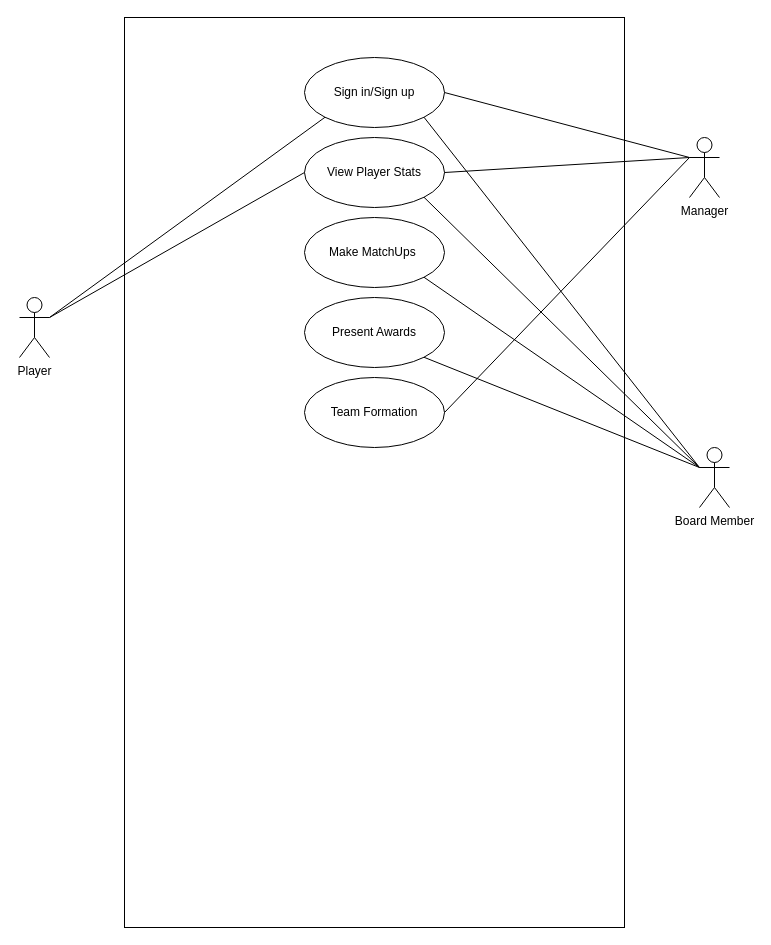
The draw.io diagram Use case for fottyfield.drawio in OmkarGambhir/FootyField, before the edit. Source tidied: cells renumbered, new cells numbered last; positions are measured from the earlier drawing's top-left corner, leaving out a move shared by most shapes. Both pictures are drawn from the tidied source at 100%, with x=0, y=0 at pixel (19, 17).
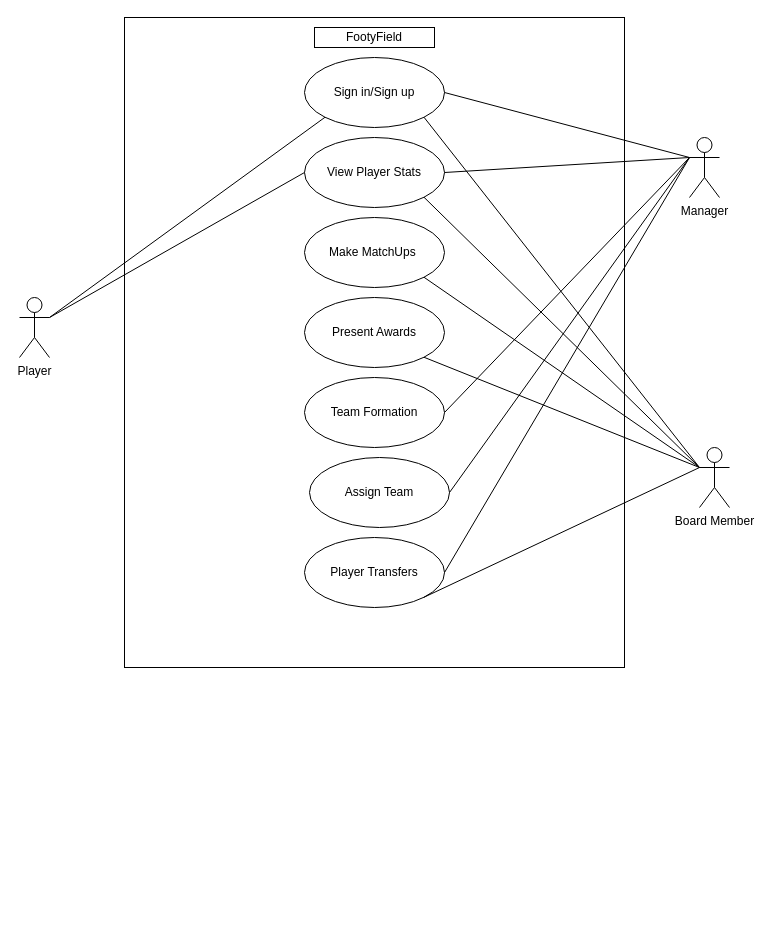
The same page after the edit.

The edit, as a diff of the source:
```diff
@@
     <mxCell id="2" style="rounded=0;whiteSpace=wrap;html=1;" parent="1" vertex="1">
-      <mxGeometry x="105" width="500" height="910" as="geometry" />
+      <mxGeometry x="105" width="500" height="650" as="geometry" />
     </mxCell>
@@
+    <mxCell id="20" value="Assign Team" style="ellipse;whiteSpace=wrap;html=1;" parent="1" vertex="1">
+      <mxGeometry x="290" y="440" width="140" height="70" as="geometry" />
+    </mxCell>
+    <mxCell id="21" style="endArrow=none;html=1;rounded=0;exitX=1;exitY=0.5;exitDx=0;exitDy=0;" parent="1" edge="1" source="20">
+      <mxGeometry relative="1" as="geometry">
+        <mxPoint x="670" y="140" as="targetPoint" />
+      </mxGeometry>
+    </mxCell>
+    <mxCell id="22" value="Player Transfers" style="ellipse;whiteSpace=wrap;html=1;" parent="1" vertex="1">
+      <mxGeometry x="285" y="520" width="140" height="70" as="geometry" />
+    </mxCell>
+    <mxCell id="23" style="endArrow=none;html=1;rounded=0;exitX=1;exitY=1;exitDx=0;exitDy=0;" parent="1" edge="1" source="22">
+      <mxGeometry relative="1" as="geometry">
+        <mxPoint x="680" y="450" as="targetPoint" />
+      </mxGeometry>
+    </mxCell>
+    <mxCell id="24" style="endArrow=none;html=1;rounded=0;exitX=1;exitY=0.5;exitDx=0;exitDy=0;" parent="1" edge="1" source="22">
+      <mxGeometry relative="1" as="geometry">
+        <mxPoint x="670" y="140" as="targetPoint" />
+      </mxGeometry>
+    </mxCell>
+    <mxCell id="25" value="FootyField" style="rounded=0;whiteSpace=wrap;html=1;" parent="1" vertex="1">
+      <mxGeometry x="295" y="10" width="120" height="20" as="geometry" />
+    </mxCell>
```
